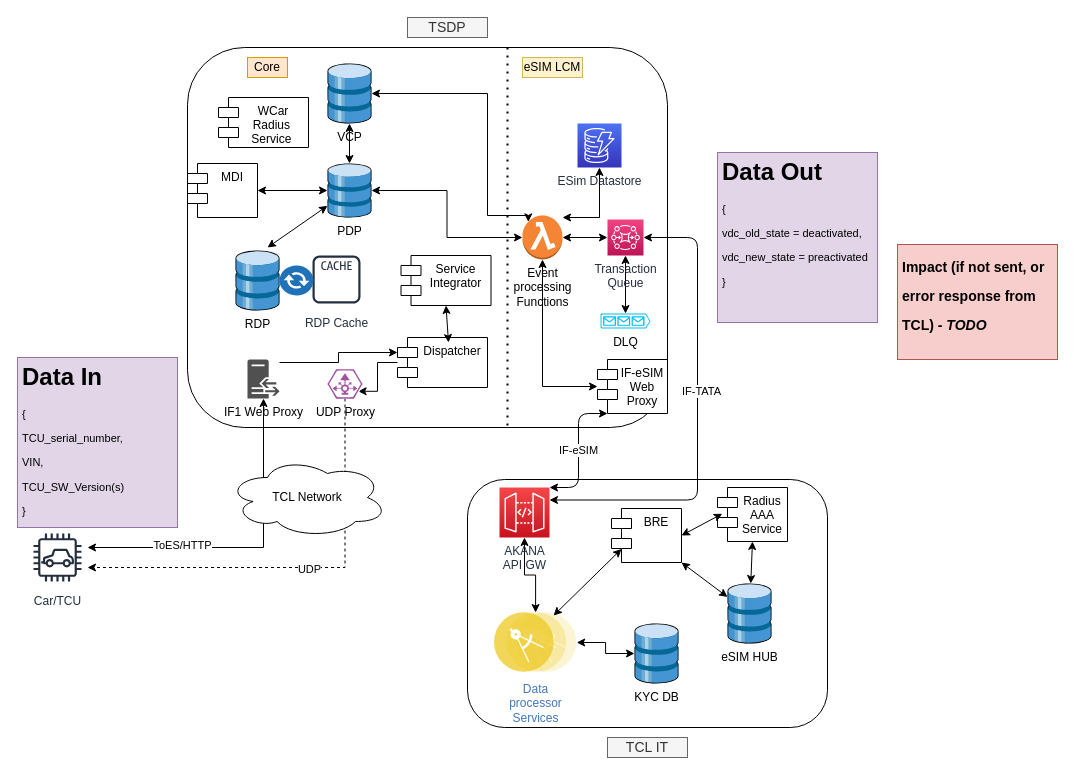
This is page "GSM Comms Test" (3 of 12) of src/main/resources/VDC_eSIM_dataflow_WC_TCL.drawio from subhachat/CodeKata, a draw.io file, before an edit. Source tidied: cells renumbered, new cells numbered last; positions are measured from the earlier drawing's top-left corner, leaving out a move shared by most shapes. Both pictures are drawn from the tidied source at 100%, with x=0, y=0 at pixel (17, 17).
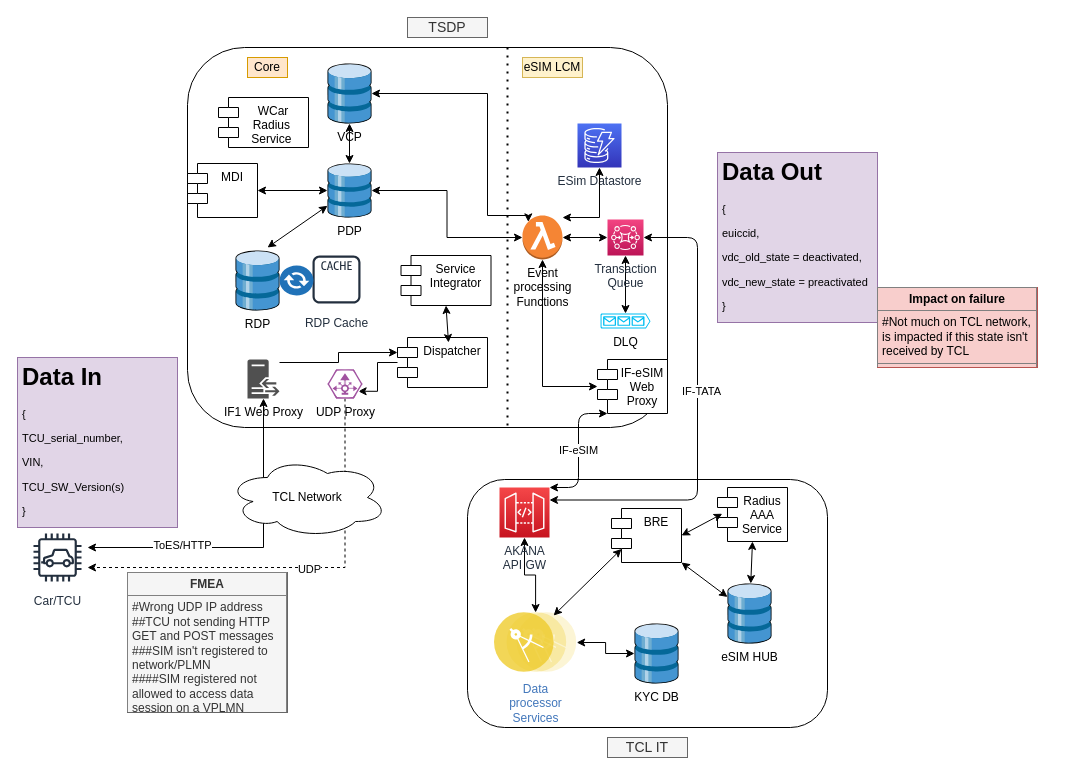
After the change.

The edit, as a diff of the source:
```diff
@@
-    <mxCell id="57" value="&lt;h1&gt;Data Out&lt;/h1&gt;&lt;p style=&quot;font-size: 11px&quot;&gt;&lt;font style=&quot;font-size: 11px&quot;&gt;{&amp;nbsp;&lt;/font&gt;&lt;/p&gt;&lt;p style=&quot;font-size: 11px&quot;&gt;&lt;font style=&quot;font-size: 11px&quot;&gt;vdc_old_state = deactivated,&lt;/font&gt;&lt;/p&gt;&lt;p style=&quot;font-size: 11px&quot;&gt;vdc_new_state = preactivated&lt;/p&gt;&lt;p style=&quot;font-size: 11px&quot;&gt;&lt;font style=&quot;font-size: 11px&quot;&gt;}&lt;/font&gt;&lt;/p&gt;&lt;p&gt;&lt;br&gt;&lt;/p&gt;" style="text;html=1;strokeColor=#9673a6;fillColor=#e1d5e7;spacing=5;spacingTop=-20;whiteSpace=wrap;overflow=hidden;rounded=0;" parent="1" vertex="1">
+    <mxCell id="57" value="&lt;h1&gt;Data Out&lt;/h1&gt;&lt;p style=&quot;font-size: 11px&quot;&gt;&lt;font style=&quot;font-size: 11px&quot;&gt;{&amp;nbsp;&lt;/font&gt;&lt;/p&gt;&lt;p style=&quot;font-size: 11px&quot;&gt;&lt;font style=&quot;font-size: 11px&quot;&gt;euiccid,&lt;/font&gt;&lt;/p&gt;&lt;p style=&quot;font-size: 11px&quot;&gt;&lt;font style=&quot;font-size: 11px&quot;&gt;vdc_old_state = deactivated,&lt;/font&gt;&lt;/p&gt;&lt;p style=&quot;font-size: 11px&quot;&gt;vdc_new_state = preactivated&lt;/p&gt;&lt;p style=&quot;font-size: 11px&quot;&gt;&lt;font style=&quot;font-size: 11px&quot;&gt;}&lt;/font&gt;&lt;/p&gt;&lt;p&gt;&lt;br&gt;&lt;/p&gt;" style="text;html=1;strokeColor=#9673a6;fillColor=#e1d5e7;spacing=5;spacingTop=-20;whiteSpace=wrap;overflow=hidden;rounded=0;" parent="1" vertex="1">
       <mxGeometry x="700" y="135" width="160" height="170" as="geometry" />
     </mxCell>
-    <mxCell id="58" value="&lt;h1&gt;&lt;font style=&quot;font-size: 14px&quot;&gt;Impact (if not sent, or error response from TCL) - &lt;i&gt;TODO&lt;/i&gt;&lt;/font&gt;&lt;/h1&gt;" style="text;html=1;strokeColor=#b85450;fillColor=#f8cecc;spacing=5;spacingTop=-20;whiteSpace=wrap;overflow=hidden;rounded=0;" parent="1" vertex="1">
-      <mxGeometry x="880" y="227" width="160" height="115" as="geometry" />
-    </mxCell>
@@
+    <mxCell id="61" value="&lt;table border=&quot;1&quot; width=&quot;100%&quot; cellpadding=&quot;4&quot; style=&quot;width: 100% ; height: 100% ; border-collapse: collapse&quot;&gt;&lt;tbody&gt;&lt;tr&gt;&lt;th align=&quot;center&quot;&gt;&lt;b&gt;Impact on failure&lt;/b&gt;&lt;/th&gt;&lt;/tr&gt;&lt;tr&gt;&lt;td&gt;#Not much on TCL network, is impacted if this state isn't received by TCL&lt;/td&gt;&lt;/tr&gt;&lt;tr&gt;&lt;td&gt;&lt;br&gt;&lt;/td&gt;&lt;/tr&gt;&lt;/tbody&gt;&lt;/table&gt;" style="text;html=1;strokeColor=#b85450;fillColor=#f8cecc;overflow=fill;whiteSpace=wrap;" parent="1" vertex="1">
+      <mxGeometry x="860" y="270" width="160" height="80" as="geometry" />
+    </mxCell>
+    <mxCell id="62" value="&lt;table border=&quot;1&quot; width=&quot;100%&quot; cellpadding=&quot;4&quot; style=&quot;width: 100% ; height: 100% ; border-collapse: collapse&quot;&gt;&lt;tbody&gt;&lt;tr&gt;&lt;th align=&quot;center&quot;&gt;FMEA&lt;/th&gt;&lt;/tr&gt;&lt;tr&gt;&lt;td&gt;#Wrong UDP IP address&lt;br&gt;##TCU not sending HTTP GET and POST messages&lt;br&gt;###SIM isn't registered to network/PLMN&lt;br&gt;####SIM registered not allowed to access data session on a VPLMN&lt;/td&gt;&lt;/tr&gt;&lt;tr&gt;&lt;td&gt;&lt;br&gt;&lt;/td&gt;&lt;/tr&gt;&lt;/tbody&gt;&lt;/table&gt;" style="text;html=1;strokeColor=#666666;fillColor=#f5f5f5;overflow=fill;whiteSpace=wrap;fontColor=#333333;" parent="1" vertex="1">
+      <mxGeometry x="110" y="555" width="160" height="140" as="geometry" />
+    </mxCell>
```
